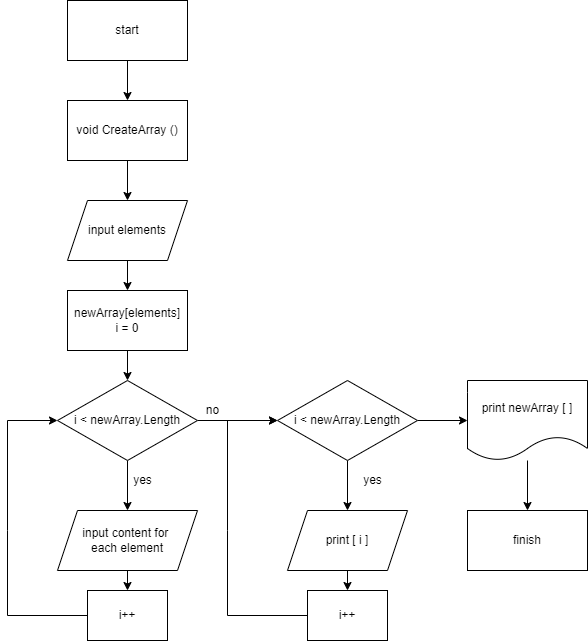
Above: testwork.drawio.png in 11Kotikov/testforgeeks (draw.io), before the change. Source tidied: cells renumbered, new cells last; positions are measured from the earlier drawing's top-left corner, leaving out a move shared by most shapes.
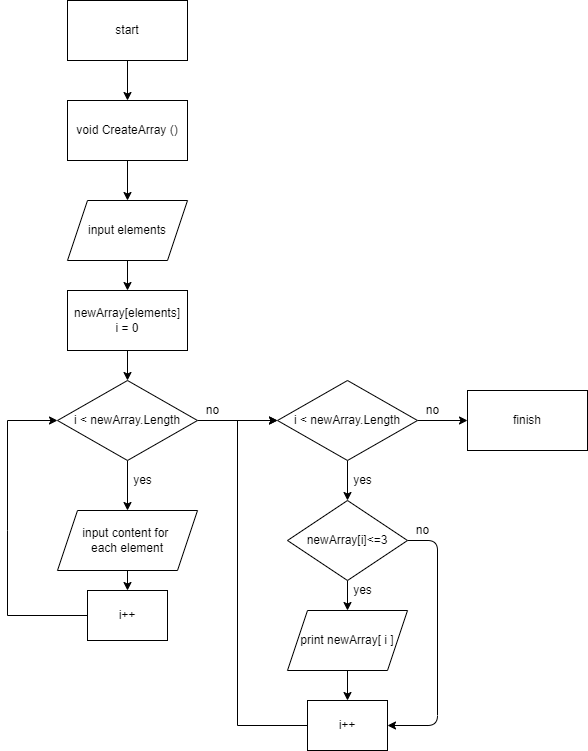
Above is the later version.

The edit, as a diff of the source:
```diff
@@ -44,12 +44,14 @@
     <mxCell id="15" value="yes" style="text;html=1;align=center;verticalAlign=middle;strokeColor=none;fillColor=none;rounded=0;" parent="1" vertex="1">
       <mxGeometry x="120" y="470" width="30" height="20" as="geometry" />
     </mxCell>
-    <mxCell id="16" style="edgeStyle=none;html=1;rounded=0;" parent="1" edge="1" source="18" target="22">
-      <mxGeometry relative="1" as="geometry" />
-    </mxCell>
-    <mxCell id="17" style="edgeStyle=none;html=1;rounded=0;" parent="1" edge="1" source="18" target="28">
-      <mxGeometry relative="1" as="geometry" />
+    <mxCell id="17" style="edgeStyle=none;html=1;rounded=0;" parent="1" edge="1" source="18">
+      <mxGeometry relative="1" as="geometry">
+        <mxPoint x="460" y="420" as="targetPoint" />
+      </mxGeometry>
     </mxCell>
+    <mxCell id="30" style="edgeStyle=none;html=1;" parent="1" edge="1" source="18" target="34">
+      <mxGeometry relative="1" as="geometry" />
+    </mxCell>
     <mxCell id="18" value="i &amp;lt; newArray.Length" style="rhombus;whiteSpace=wrap;html=1;rounded=0;" parent="1" vertex="1">
       <mxGeometry x="270" y="380" width="140" height="80" as="geometry" />
     </mxCell>
@@ -57,13 +59,13 @@
       <mxGeometry x="190" y="400" width="30" height="20" as="geometry" />
     </mxCell>
     <mxCell id="20" value="yes" style="text;html=1;align=center;verticalAlign=middle;strokeColor=none;fillColor=none;rounded=0;" parent="1" vertex="1">
-      <mxGeometry x="350" y="470" width="30" height="20" as="geometry" />
+      <mxGeometry x="340" y="470" width="30" height="20" as="geometry" />
     </mxCell>
     <mxCell id="21" style="edgeStyle=none;html=1;rounded=0;" parent="1" edge="1" source="22" target="26">
       <mxGeometry relative="1" as="geometry" />
     </mxCell>
-    <mxCell id="22" value="print [ i ]" style="shape=parallelogram;perimeter=parallelogramPerimeter;whiteSpace=wrap;html=1;fixedSize=1;rounded=0;" parent="1" vertex="1">
-      <mxGeometry x="280" y="510" width="120" height="60" as="geometry" />
+    <mxCell id="22" value="print newArray[ i ]" style="shape=parallelogram;perimeter=parallelogramPerimeter;whiteSpace=wrap;html=1;fixedSize=1;rounded=0;" parent="1" vertex="1">
+      <mxGeometry x="280" y="610" width="120" height="60" as="geometry" />
     </mxCell>
     <mxCell id="23" style="edgeStyle=none;html=1;entryX=0;entryY=0.5;entryDx=0;entryDy=0;rounded=0;" parent="1" edge="1" source="24" target="12">
       <mxGeometry relative="1" as="geometry">
@@ -81,23 +83,39 @@
       <mxGeometry relative="1" as="geometry">
         <mxPoint x="270" y="420" as="targetPoint" />
         <Array as="points">
-          <mxPoint x="220" y="615" />
-          <mxPoint x="220" y="530" />
-          <mxPoint x="220" y="420" />
+          <mxPoint x="230" y="725" />
+          <mxPoint x="230" y="420" />
         </Array>
       </mxGeometry>
     </mxCell>
     <mxCell id="26" value="i++" style="whiteSpace=wrap;html=1;rounded=0;" parent="1" vertex="1">
-      <mxGeometry x="300" y="590" width="80" height="50" as="geometry" />
+      <mxGeometry x="300" y="700" width="80" height="50" as="geometry" />
     </mxCell>
-    <mxCell id="27" style="edgeStyle=none;html=1;entryX=0.5;entryY=0;entryDx=0;entryDy=0;rounded=0;" parent="1" edge="1" source="28" target="29">
-      <mxGeometry relative="1" as="geometry" />
-    </mxCell>
-    <mxCell id="28" value="print newArray [ ]" style="shape=document;whiteSpace=wrap;html=1;boundedLbl=1;rounded=0;" parent="1" vertex="1">
-      <mxGeometry x="460" y="380" width="120" height="80" as="geometry" />
-    </mxCell>
     <mxCell id="29" value="finish" style="rounded=0;whiteSpace=wrap;html=1;" parent="1" vertex="1">
-      <mxGeometry x="460" y="510" width="120" height="60" as="geometry" />
+      <mxGeometry x="460" y="390" width="120" height="60" as="geometry" />
     </mxCell>
+    <mxCell id="31" value="no" style="text;html=1;align=center;verticalAlign=middle;strokeColor=none;fillColor=none;" parent="1" vertex="1">
+      <mxGeometry x="410" y="400" width="30" height="20" as="geometry" />
+    </mxCell>
+    <mxCell id="32" style="edgeStyle=none;html=1;" parent="1" edge="1" source="34" target="22">
+      <mxGeometry relative="1" as="geometry" />
+    </mxCell>
+    <mxCell id="33" style="edgeStyle=none;html=1;exitX=1;exitY=0.5;exitDx=0;exitDy=0;entryX=1;entryY=0.5;entryDx=0;entryDy=0;" parent="1" edge="1" source="34" target="26">
+      <mxGeometry relative="1" as="geometry">
+        <Array as="points">
+          <mxPoint x="430" y="540" />
+          <mxPoint x="430" y="725" />
+        </Array>
+      </mxGeometry>
+    </mxCell>
+    <mxCell id="34" value="newArray[i]&amp;lt;=3" style="rhombus;whiteSpace=wrap;html=1;" parent="1" vertex="1">
+      <mxGeometry x="280" y="500" width="120" height="80" as="geometry" />
+    </mxCell>
+    <mxCell id="35" value="yes" style="text;html=1;align=center;verticalAlign=middle;strokeColor=none;fillColor=none;rounded=0;" parent="1" vertex="1">
+      <mxGeometry x="340" y="580" width="30" height="20" as="geometry" />
+    </mxCell>
+    <mxCell id="36" value="no" style="text;html=1;align=center;verticalAlign=middle;strokeColor=none;fillColor=none;" parent="1" vertex="1">
+      <mxGeometry x="400" y="520" width="30" height="20" as="geometry" />
+    </mxCell>
   </root>
 </mxGraphModel>
```
